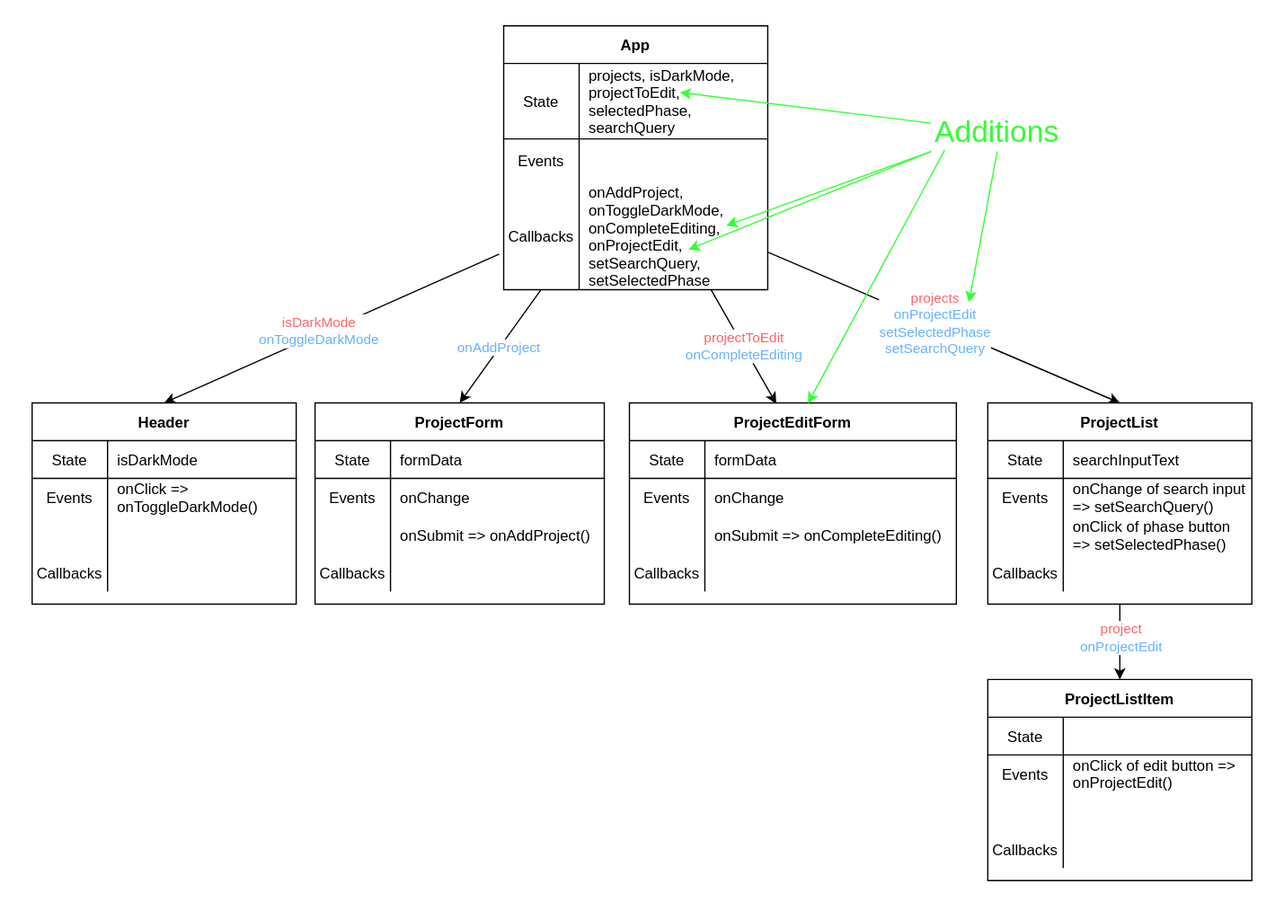
The draw.io diagram 06_PATCH_DELETE/assets/component-hierarchy-with-data-flow.drawio.svg in learn-co-students/SENG-LIVE-062722-Phase-2, before a commit. Source tidied: cells renumbered, new cells last; positions are measured from the earlier drawing's top-left corner, leaving out a move shared by most shapes.
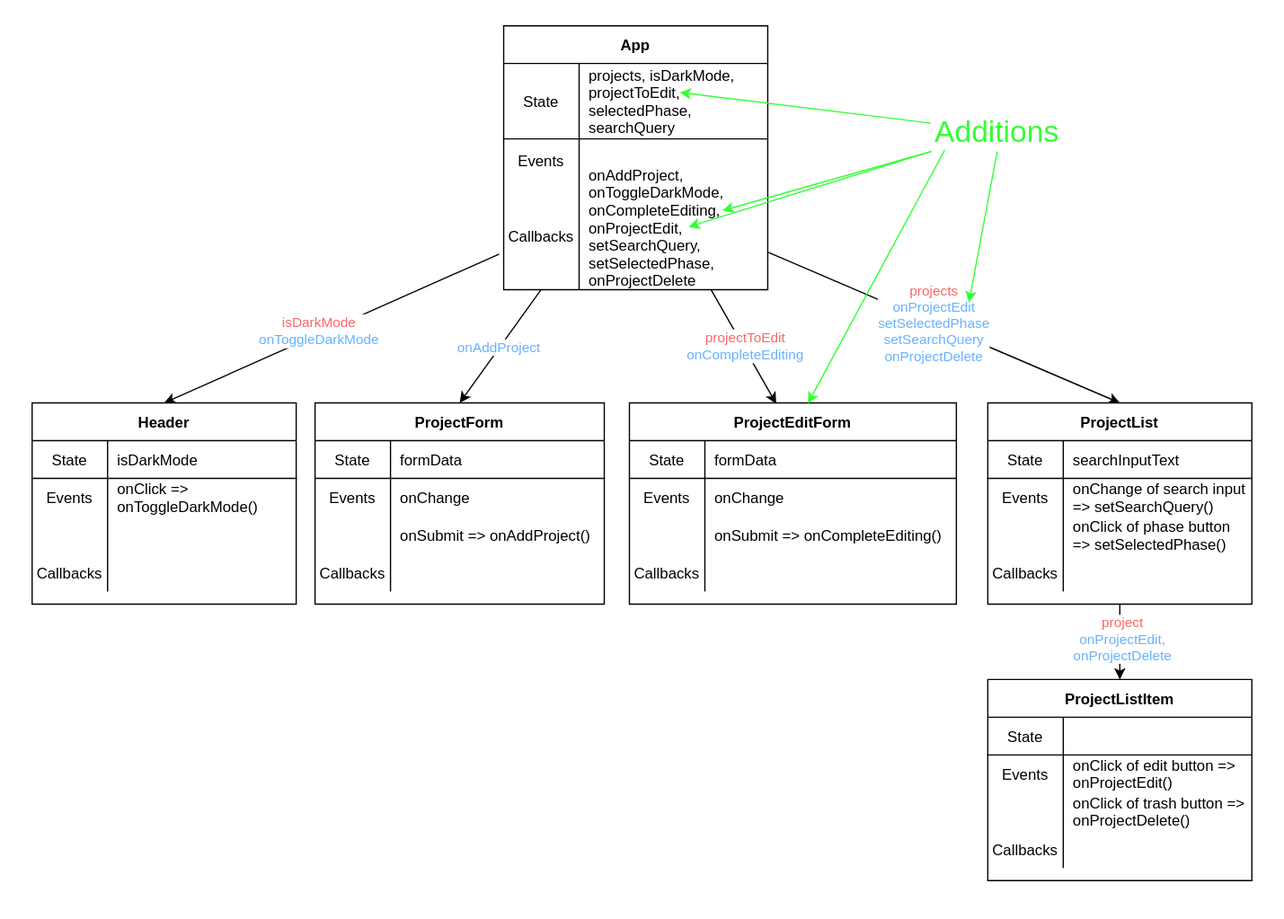
After the change.

Change to the diagram source:
```diff
@@ -20,7 +20,7 @@
     <mxCell id="7" style="edgeStyle=none;html=1;exitX=1.002;exitY=0.65;exitDx=0;exitDy=0;exitPerimeter=0;entryX=0.5;entryY=0;entryDx=0;entryDy=0;" parent="1" edge="1" source="19" target="50">
       <mxGeometry relative="1" as="geometry" />
     </mxCell>
-    <mxCell id="8" value="&lt;font color=&quot;#ff6666&quot;&gt;projects&lt;/font&gt;&lt;br&gt;&lt;font color=&quot;#66b2ff&quot;&gt;onProjectEdit&lt;br&gt;setSelectedPhase&lt;/font&gt;&lt;br&gt;&lt;font color=&quot;#66b2ff&quot;&gt;setSearchQuery&lt;/font&gt;" style="edgeLabel;html=1;align=center;verticalAlign=middle;" parent="7" vertex="1">
+    <mxCell id="8" value="&lt;font color=&quot;#ff6666&quot;&gt;projects&lt;/font&gt;&lt;br&gt;&lt;font color=&quot;#66b2ff&quot;&gt;onProjectEdit&lt;br&gt;setSelectedPhase&lt;/font&gt;&lt;br&gt;&lt;font color=&quot;#66b2ff&quot;&gt;setSearchQuery&lt;br&gt;onProjectDelete&lt;br&gt;&lt;/font&gt;" style="edgeLabel;html=1;align=center;verticalAlign=middle;" parent="7" vertex="1">
       <mxGeometry x="-0.06" relative="1" as="geometry" />
     </mxCell>
     <mxCell id="9" style="edgeStyle=none;html=1;fontColor=#66B2FF;entryX=0.449;entryY=0.004;entryDx=0;entryDy=0;entryPerimeter=0;" parent="1" edge="1" source="11" target="76">
@@ -61,7 +61,7 @@
     <mxCell id="20" value="Callbacks" style="shape=partialRectangle;fillColor=none;top=0;left=0;bottom=0;right=0;overflow=hidden;rowspan=3;" parent="19" vertex="1">
       <mxGeometry width="60" height="85" as="geometry" />
     </mxCell>
-    <mxCell id="21" value="onAddProject, &#10;onToggleDarkMode,&#10;onCompleteEditing,&#10;onProjectEdit,&#10;setSearchQuery,&#10;setSelectedPhase" style="shape=partialRectangle;fillColor=none;top=0;left=0;bottom=0;right=0;align=left;spacingLeft=6;overflow=visible;rowspan=2;" parent="19" vertex="1">
+    <mxCell id="21" value="onAddProject, &#10;onToggleDarkMode,&#10;onCompleteEditing,&#10;onProjectEdit,&#10;setSearchQuery,&#10;setSelectedPhase,&#10;onProjectDelete&#10;" style="shape=partialRectangle;fillColor=none;top=0;left=0;bottom=0;right=0;align=left;spacingLeft=6;overflow=visible;rowspan=2;" parent="19" vertex="1">
       <mxGeometry x="60" width="150" height="85" as="geometry" />
     </mxCell>
     <mxCell id="22" value="Header" style="shape=table;startSize=30;rowLines=0;fontStyle=1;align=center;" parent="1" vertex="1">
@@ -145,7 +145,7 @@
     <mxCell id="48" style="edgeStyle=none;html=1;" parent="1" edge="1" source="50" target="63">
       <mxGeometry relative="1" as="geometry" />
     </mxCell>
-    <mxCell id="49" value="&lt;font color=&quot;#ff6666&quot;&gt;project&lt;/font&gt;&lt;br&gt;&lt;font color=&quot;#66b2ff&quot;&gt;onProjectEdit&lt;/font&gt;" style="edgeLabel;html=1;align=center;verticalAlign=middle;" parent="48" vertex="1">
+    <mxCell id="49" value="&lt;font color=&quot;#ff6666&quot;&gt;project&lt;/font&gt;&lt;br&gt;&lt;font color=&quot;#66b2ff&quot;&gt;onProjectEdit,&lt;br&gt;onProjectDelete&lt;br&gt;&lt;/font&gt;" style="edgeLabel;html=1;align=center;verticalAlign=middle;" parent="48" vertex="1">
       <mxGeometry x="-0.12" y="1" relative="1" as="geometry" />
     </mxCell>
     <mxCell id="50" value="ProjectList" style="shape=table;startSize=30;rowLines=0;fontStyle=1;align=center;" parent="1" vertex="1">
@@ -214,7 +214,7 @@
     <mxCell id="71" style="shape=partialRectangle;fillColor=none;top=0;left=0;bottom=0;right=0;overflow=hidden;" parent="70" vertex="1">
       <mxGeometry width="60" height="30" as="geometry" />
     </mxCell>
-    <mxCell id="72" style="shape=partialRectangle;fillColor=none;top=0;left=0;bottom=0;right=0;align=left;spacingLeft=6;overflow=hidden;" parent="70" vertex="1">
+    <mxCell id="72" value="onClick of trash button =&gt;&#10;onProjectDelete()" style="shape=partialRectangle;fillColor=none;top=0;left=0;bottom=0;right=0;align=left;spacingLeft=6;overflow=hidden;" parent="70" vertex="1">
       <mxGeometry x="60" width="150" height="30" as="geometry" />
     </mxCell>
     <mxCell id="73" style="shape=partialRectangle;fillColor=none;top=0;left=0;bottom=0;right=0;" parent="63" vertex="1">
@@ -275,12 +275,12 @@
     </mxCell>
     <mxCell id="91" style="endArrow=classic;html=1;fontSize=17;fontColor=#33FF33;strokeColor=#33FF33;exitX=0;exitY=1;exitDx=0;exitDy=0;" parent="1" edge="1" source="89">
       <mxGeometry relative="1" as="geometry">
-        <mxPoint x="577" y="179" as="targetPoint" />
+        <mxPoint x="574" y="167" as="targetPoint" />
       </mxGeometry>
     </mxCell>
     <mxCell id="92" style="endArrow=classic;html=1;fontSize=17;fontColor=#33FF33;strokeColor=#33FF33;exitX=0;exitY=1;exitDx=0;exitDy=0;" parent="1" edge="1" source="89">
       <mxGeometry relative="1" as="geometry">
-        <mxPoint x="547" y="198" as="targetPoint" />
+        <mxPoint x="547" y="180" as="targetPoint" />
       </mxGeometry>
     </mxCell>
     <mxCell id="93" style="endArrow=classic;html=1;fontSize=24;fontColor=#33FF33;strokeColor=#33FF33;exitX=0.102;exitY=0.964;exitDx=0;exitDy=0;exitPerimeter=0;entryX=0.546;entryY=0.002;entryDx=0;entryDy=0;entryPerimeter=0;" parent="1" edge="1" source="89" target="76">
```
